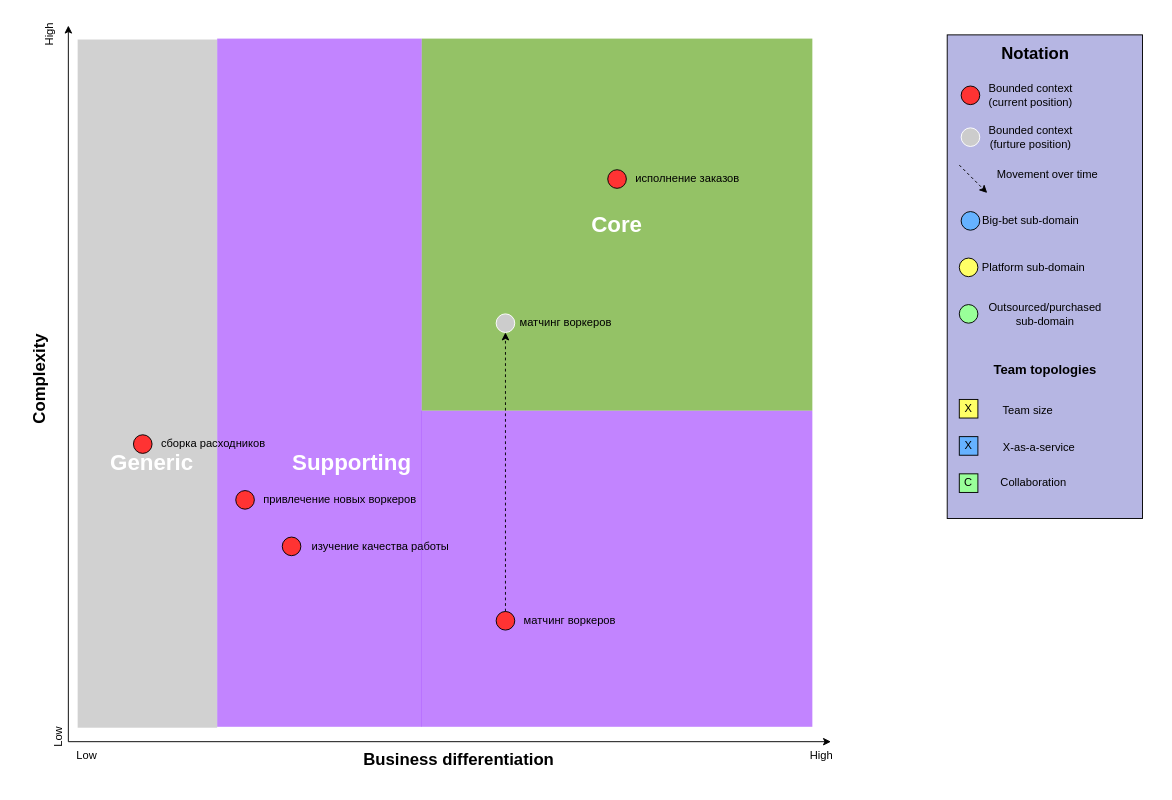
Before: hw2/core-domain-chart/core-domain-chart.drawio in mikhaildruzhinin/tough-dev-school-system-analysis, a draw.io diagram. Source tidied: cells renumbered, new cells numbered last; positions are measured from the earlier drawing's top-left corner, leaving out a move shared by most shapes. Both pictures are drawn from the tidied source at 93%, with x=0, y=0 at pixel (21, 25).
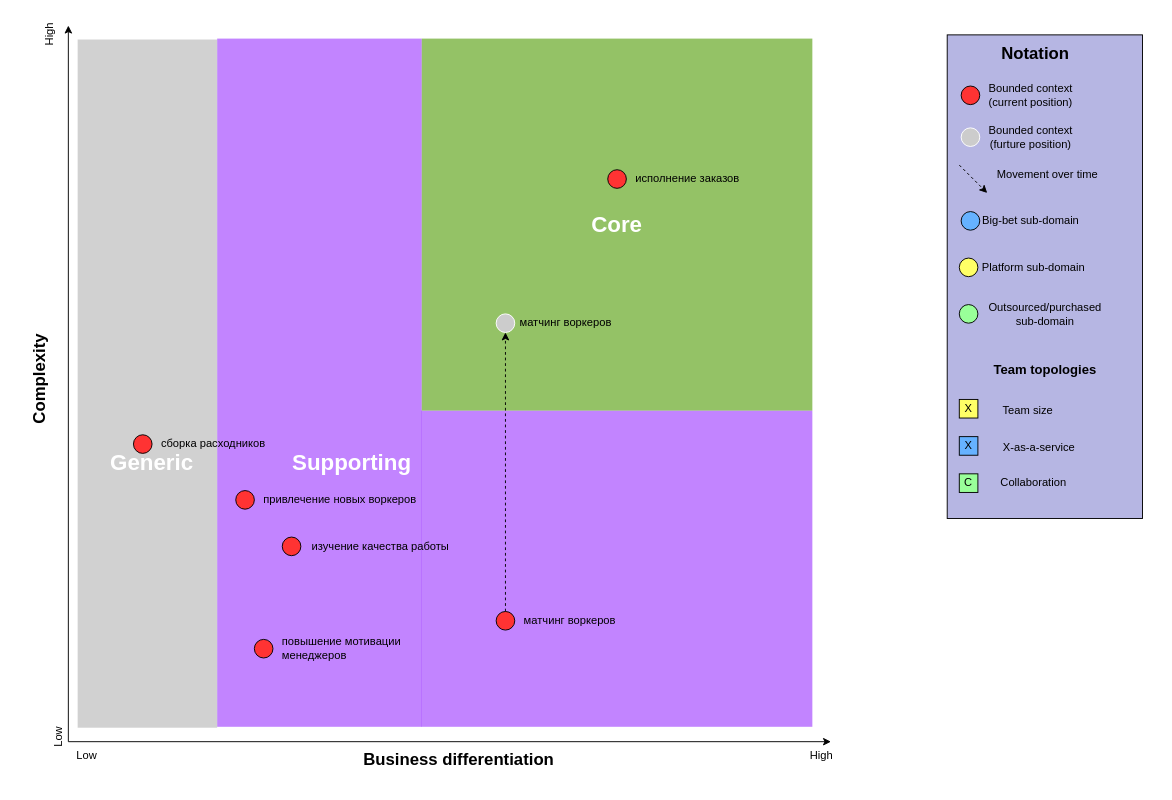
Above is the later version.

Diff of the diagram source:
```diff
@@
+    <mxCell id="68" style="group;" parent="20" vertex="1">
+      <mxGeometry x="250" y="660" width="170" height="20" as="geometry" />
+    </mxCell>
+    <mxCell id="69" style="ellipse;whiteSpace=wrap;html=1;fillColor=#FF3333;" parent="68" vertex="1">
+      <mxGeometry width="20" height="20" as="geometry" />
+    </mxCell>
+    <mxCell id="70" value="повышение мотивации менеджеров" style="text;html=1;strokeColor=none;fillColor=none;align=left;verticalAlign=middle;whiteSpace=wrap;rounded=0;" parent="68" vertex="1">
+      <mxGeometry x="28" width="150" height="20" as="geometry" />
+    </mxCell>
```
